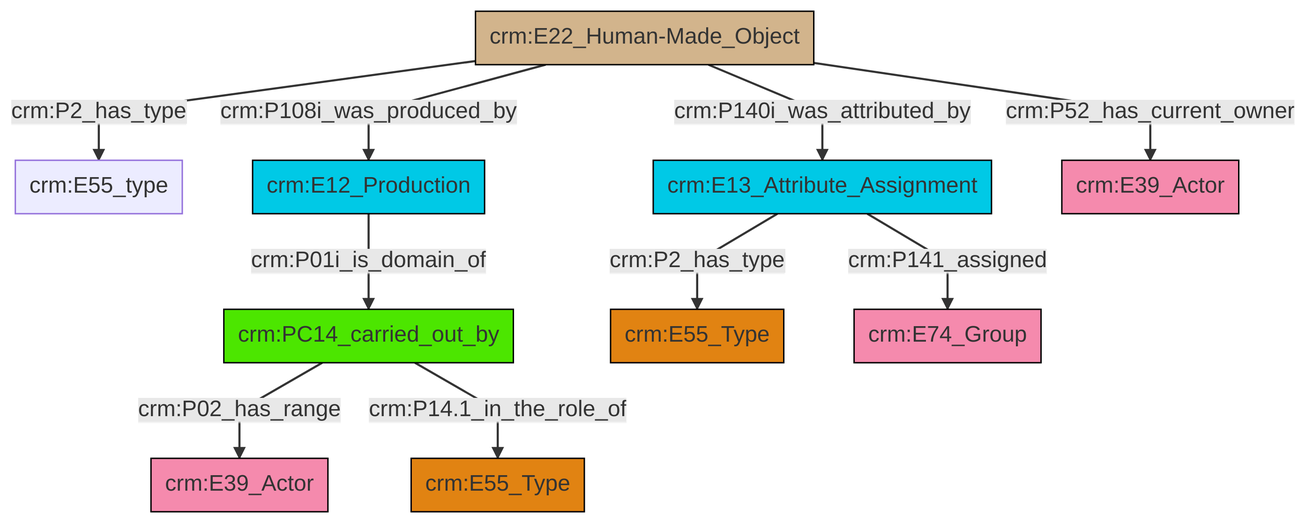
Before: et/builtWorkCSV/ttl/mmd/png/Built_Work_actor_relations.png, a diagram exported from Mermaid (swiss-art-research-net/reference-data-models). Its source is kept beside it as et/builtWorkCSV/ttl/mmd/Built_Work_actor_relations.ttl.mmd.
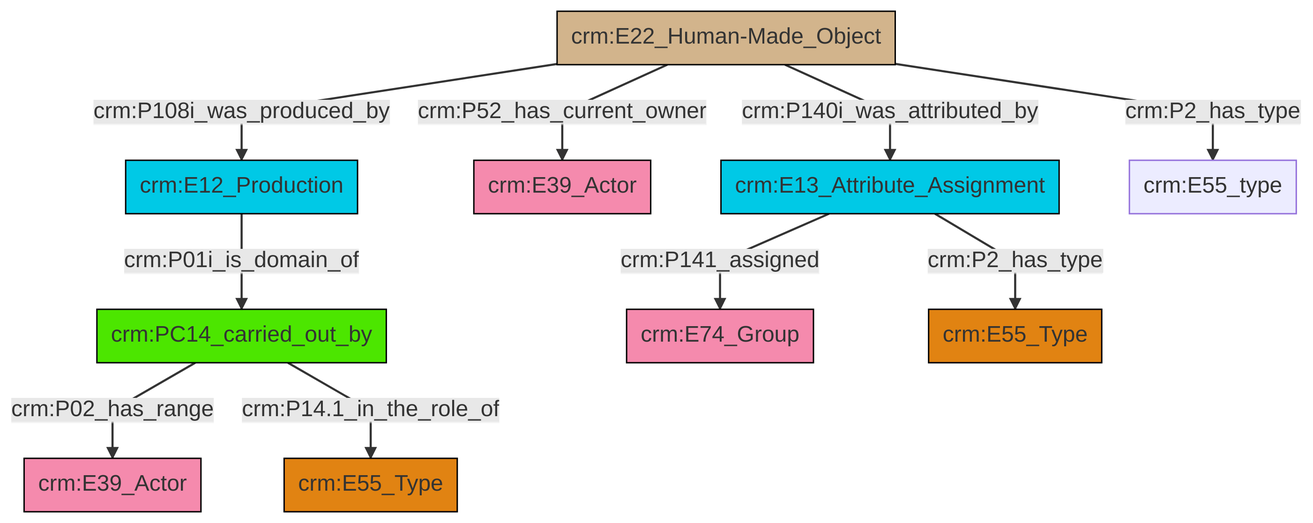
After the change.

Change to the diagram source:
```diff
@@ -13,12 +13,12 @@
 classDef PC_Classes fill:#4ce600, stroke:#000000;
 classDef Multi fill:#cccccc,stroke:#000000;
 
-0["crm:PC14_carried_out_by"]:::PC_Classes -->|crm:P02_has_range| 2["crm:E39_Actor"]:::Actor
-14["crm:E12_Production"]:::Temporal_Entity -->|crm:P01i_is_domain_of| 0["crm:PC14_carried_out_by"]:::PC_Classes
-8["crm:E13_Attribute_Assignment"]:::Temporal_Entity -->|crm:P2_has_type| 10["crm:E55_Type"]:::Type
-12["crm:E22_Human-Made_Object"]:::Physical_Thing -->|crm:P2_has_type| 6["crm:E55_type"]:::Default
-8["crm:E13_Attribute_Assignment"]:::Temporal_Entity -->|crm:P141_assigned| 16["crm:E74_Group"]:::Actor
-0["crm:PC14_carried_out_by"]:::PC_Classes -->|crm:P14.1_in_the_role_of| 3["crm:E55_Type"]:::Type
-12["crm:E22_Human-Made_Object"]:::Physical_Thing -->|crm:P140i_was_attributed_by| 8["crm:E13_Attribute_Assignment"]:::Temporal_Entity
-12["crm:E22_Human-Made_Object"]:::Physical_Thing -->|crm:P108i_was_produced_by| 14["crm:E12_Production"]:::Temporal_Entity
-12["crm:E22_Human-Made_Object"]:::Physical_Thing -->|crm:P52_has_current_owner| 19["crm:E39_Actor"]:::Actor
+2["crm:E22_Human-Made_Object"]:::Physical_Thing -->|crm:P108i_was_produced_by| 3["crm:E12_Production"]:::Temporal_Entity
+4["crm:E13_Attribute_Assignment"]:::Temporal_Entity -->|crm:P141_assigned| 5["crm:E74_Group"]:::Actor
+3["crm:E12_Production"]:::Temporal_Entity -->|crm:P01i_is_domain_of| 6["crm:PC14_carried_out_by"]:::PC_Classes
+6["crm:PC14_carried_out_by"]:::PC_Classes -->|crm:P02_has_range| 7["crm:E39_Actor"]:::Actor
+2["crm:E22_Human-Made_Object"]:::Physical_Thing -->|crm:P52_has_current_owner| 8["crm:E39_Actor"]:::Actor
+6["crm:PC14_carried_out_by"]:::PC_Classes -->|crm:P14.1_in_the_role_of| 0["crm:E55_Type"]:::Type
+4["crm:E13_Attribute_Assignment"]:::Temporal_Entity -->|crm:P2_has_type| 12["crm:E55_Type"]:::Type
+2["crm:E22_Human-Made_Object"]:::Physical_Thing -->|crm:P140i_was_attributed_by| 4["crm:E13_Attribute_Assignment"]:::Temporal_Entity
+2["crm:E22_Human-Made_Object"]:::Physical_Thing -->|crm:P2_has_type| 10["crm:E55_type"]:::Default
```
